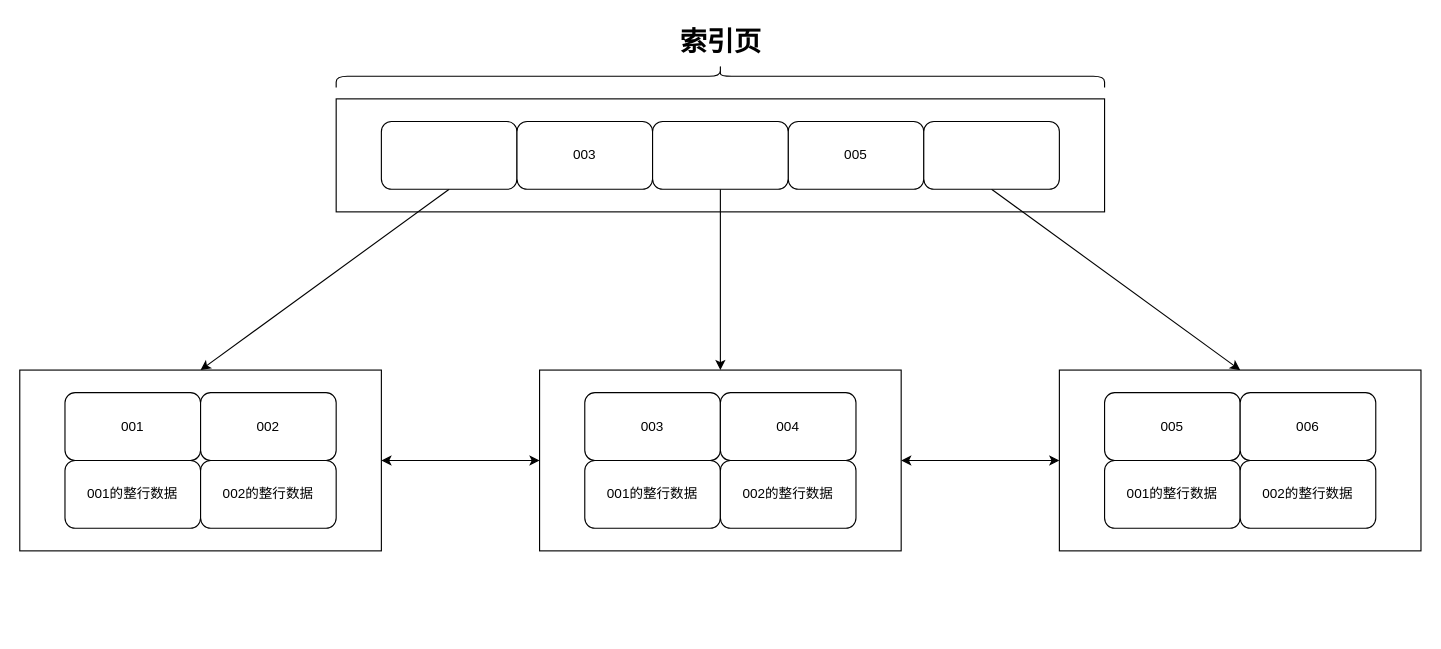
The draw.io diagram MySQL/MySQL联合索引数据结构.drawio in codeyunze/drawio, before the edit. Source tidied: cells renumbered, new cells numbered last; positions are measured from the earlier drawing's top-left corner, leaving out a move shared by most shapes. Both pictures are drawn from the tidied source at 113%, with x=0, y=0 at pixel (19, 19).
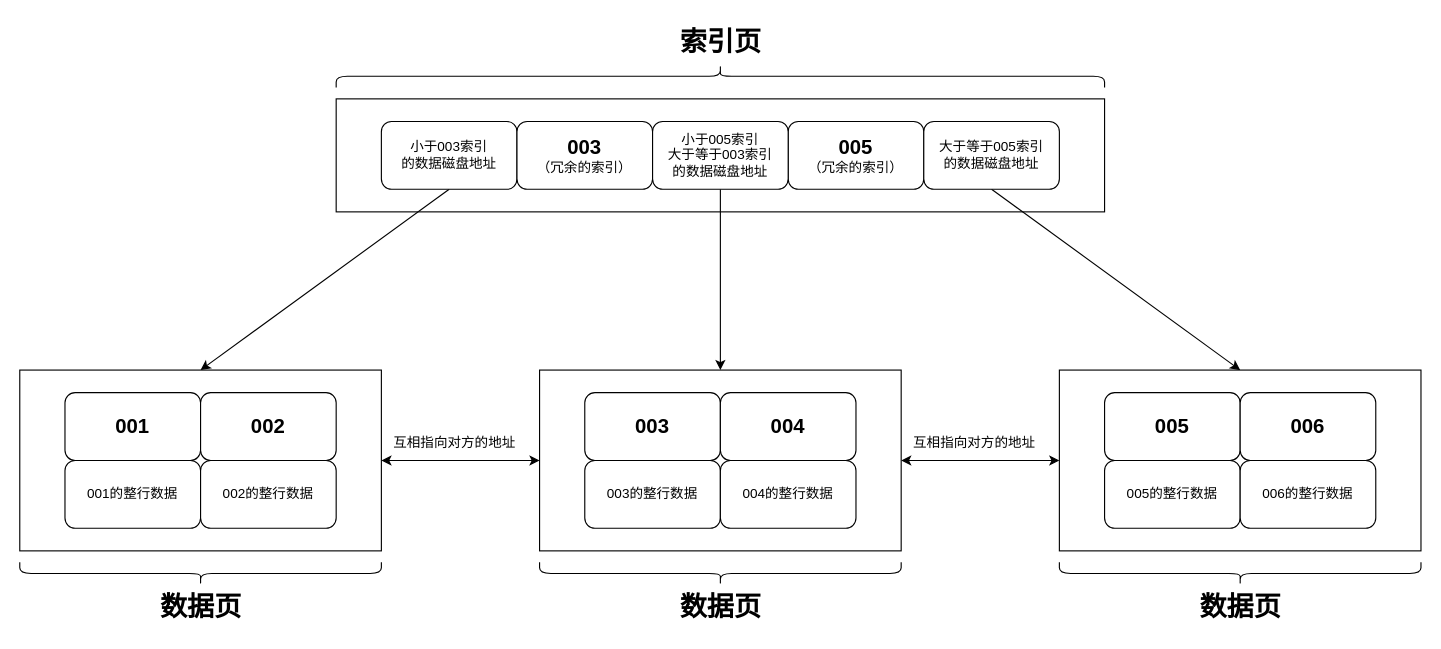
The same page after the edit.

Commit message (it also covers changes not shown here):
更新MySQL联合索引数据结构.drawio

The edit, as a diff of the source:
```diff
@@
-    <mxCell id="4" style="rounded=1;whiteSpace=wrap;html=1;" parent="1" vertex="1">
+    <mxCell id="4" value="小于003索引&lt;div&gt;的数据&lt;span style=&quot;background-color: transparent; color: light-dark(rgb(0, 0, 0), rgb(255, 255, 255));&quot;&gt;磁盘地址&lt;/span&gt;&lt;/div&gt;" style="rounded=1;whiteSpace=wrap;html=1;" parent="1" vertex="1">
       <mxGeometry x="320" y="90" width="120" height="60" as="geometry" />
     </mxCell>
-    <mxCell id="5" value="003" style="rounded=1;whiteSpace=wrap;html=1;" parent="1" vertex="1">
+    <mxCell id="5" value="&lt;b&gt;&lt;font style=&quot;font-size: 18px;&quot;&gt;003&lt;/font&gt;&lt;/b&gt;&lt;div&gt;（冗余的索引）&lt;/div&gt;" style="rounded=1;whiteSpace=wrap;html=1;" parent="1" vertex="1">
       <mxGeometry x="440" y="90" width="120" height="60" as="geometry" />
     </mxCell>
-    <mxCell id="6" value="005" style="rounded=1;whiteSpace=wrap;html=1;" parent="1" vertex="1">
+    <mxCell id="6" value="&lt;b&gt;&lt;font style=&quot;font-size: 18px;&quot;&gt;005&lt;/font&gt;&lt;/b&gt;&lt;div&gt;（&lt;span style=&quot;background-color: transparent; color: light-dark(rgb(0, 0, 0), rgb(255, 255, 255));&quot;&gt;冗余的索引&lt;/span&gt;&lt;span style=&quot;background-color: transparent; color: light-dark(rgb(0, 0, 0), rgb(255, 255, 255));&quot;&gt;）&lt;/span&gt;&lt;/div&gt;" style="rounded=1;whiteSpace=wrap;html=1;" parent="1" vertex="1">
       <mxGeometry x="680" y="90" width="120" height="60" as="geometry" />
     </mxCell>
@@
-    <mxCell id="8" style="rounded=1;whiteSpace=wrap;html=1;" parent="1" vertex="1">
+    <mxCell id="8" value="大于等于005索引&lt;div&gt;的数据磁盘地址&lt;/div&gt;" style="rounded=1;whiteSpace=wrap;html=1;" parent="1" vertex="1">
       <mxGeometry x="800" y="90" width="120" height="60" as="geometry" />
     </mxCell>
@@
-    <mxCell id="10" style="rounded=1;whiteSpace=wrap;html=1;" parent="1" vertex="1">
+    <mxCell id="10" value="&lt;div&gt;小于005&lt;span style=&quot;background-color: transparent; color: light-dark(rgb(0, 0, 0), rgb(255, 255, 255));&quot;&gt;索引&lt;/span&gt;&lt;/div&gt;&lt;div&gt;大于等于003索引&lt;/div&gt;&lt;div&gt;&lt;span style=&quot;background-color: transparent; color: light-dark(rgb(0, 0, 0), rgb(255, 255, 255));&quot;&gt;的&lt;/span&gt;数据&lt;span style=&quot;background-color: transparent; color: light-dark(rgb(0, 0, 0), rgb(255, 255, 255));&quot;&gt;磁盘地址&lt;/span&gt;&lt;/div&gt;" style="rounded=1;whiteSpace=wrap;html=1;" parent="1" vertex="1">
       <mxGeometry x="560" y="90" width="120" height="60" as="geometry" />
     </mxCell>
@@
-    <mxCell id="14" value="001" style="rounded=1;whiteSpace=wrap;html=1;" parent="1" vertex="1">
+    <mxCell id="14" value="001" style="rounded=1;whiteSpace=wrap;html=1;fontStyle=1;fontSize=18;" parent="1" vertex="1">
       <mxGeometry x="40" y="330" width="120" height="60" as="geometry" />
     </mxCell>
-    <mxCell id="15" value="002" style="rounded=1;whiteSpace=wrap;html=1;" parent="1" vertex="1">
+    <mxCell id="15" value="002" style="rounded=1;whiteSpace=wrap;html=1;fontStyle=1;fontSize=18;" parent="1" vertex="1">
       <mxGeometry x="160" y="330" width="120" height="60" as="geometry" />
     </mxCell>
@@
-    <mxCell id="19" value="005" style="rounded=1;whiteSpace=wrap;html=1;" parent="1" vertex="1">
+    <mxCell id="19" value="005" style="rounded=1;whiteSpace=wrap;html=1;fontStyle=1;fontSize=18;" parent="1" vertex="1">
       <mxGeometry x="960" y="330" width="120" height="60" as="geometry" />
     </mxCell>
-    <mxCell id="20" value="006" style="rounded=1;whiteSpace=wrap;html=1;" parent="1" vertex="1">
+    <mxCell id="20" value="006" style="rounded=1;whiteSpace=wrap;html=1;fontStyle=1;fontSize=18;" parent="1" vertex="1">
       <mxGeometry x="1080" y="330" width="120" height="60" as="geometry" />
     </mxCell>
-    <mxCell id="21" value="001的整行数据" style="rounded=1;whiteSpace=wrap;html=1;" parent="1" vertex="1">
+    <mxCell id="21" value="005的整行数据" style="rounded=1;whiteSpace=wrap;html=1;" parent="1" vertex="1">
       <mxGeometry x="960" y="390" width="120" height="60" as="geometry" />
     </mxCell>
-    <mxCell id="22" value="002的整行数据" style="rounded=1;whiteSpace=wrap;html=1;" parent="1" vertex="1">
+    <mxCell id="22" value="006的整行数据" style="rounded=1;whiteSpace=wrap;html=1;" parent="1" vertex="1">
       <mxGeometry x="1080" y="390" width="120" height="60" as="geometry" />
     </mxCell>
@@
-    <mxCell id="24" value="003" style="rounded=1;whiteSpace=wrap;html=1;" parent="1" vertex="1">
+    <mxCell id="24" value="003" style="rounded=1;whiteSpace=wrap;html=1;fontStyle=1;fontSize=18;" parent="1" vertex="1">
       <mxGeometry x="500" y="330" width="120" height="60" as="geometry" />
     </mxCell>
-    <mxCell id="25" value="004" style="rounded=1;whiteSpace=wrap;html=1;" parent="1" vertex="1">
+    <mxCell id="25" value="004" style="rounded=1;whiteSpace=wrap;html=1;fontStyle=1;fontSize=18;" parent="1" vertex="1">
       <mxGeometry x="620" y="330" width="120" height="60" as="geometry" />
     </mxCell>
-    <mxCell id="26" value="001的整行数据" style="rounded=1;whiteSpace=wrap;html=1;" parent="1" vertex="1">
+    <mxCell id="26" value="003的整行数据" style="rounded=1;whiteSpace=wrap;html=1;" parent="1" vertex="1">
       <mxGeometry x="500" y="390" width="120" height="60" as="geometry" />
     </mxCell>
-    <mxCell id="27" value="002的整行数据" style="rounded=1;whiteSpace=wrap;html=1;" parent="1" vertex="1">
+    <mxCell id="27" value="004的整行数据" style="rounded=1;whiteSpace=wrap;html=1;" parent="1" vertex="1">
       <mxGeometry x="620" y="390" width="120" height="60" as="geometry" />
     </mxCell>
@@
+    <mxCell id="30" style="shape=curlyBracket;whiteSpace=wrap;html=1;rounded=1;flipH=1;labelPosition=right;verticalLabelPosition=middle;align=left;verticalAlign=middle;direction=north;" parent="1" vertex="1">
+      <mxGeometry y="480" width="320" height="20" as="geometry" />
+    </mxCell>
+    <mxCell id="31" value="数据页" style="text;strokeColor=none;fillColor=none;html=1;fontSize=24;fontStyle=1;verticalAlign=middle;align=center;" parent="1" vertex="1">
+      <mxGeometry x="110" y="500" width="100" height="40" as="geometry" />
+    </mxCell>
+    <mxCell id="32" style="shape=curlyBracket;whiteSpace=wrap;html=1;rounded=1;flipH=1;labelPosition=right;verticalLabelPosition=middle;align=left;verticalAlign=middle;direction=north;" parent="1" vertex="1">
+      <mxGeometry x="460" y="480" width="320" height="20" as="geometry" />
+    </mxCell>
+    <mxCell id="33" value="数据页" style="text;strokeColor=none;fillColor=none;html=1;fontSize=24;fontStyle=1;verticalAlign=middle;align=center;" parent="1" vertex="1">
+      <mxGeometry x="570" y="500" width="100" height="40" as="geometry" />
+    </mxCell>
+    <mxCell id="34" style="shape=curlyBracket;whiteSpace=wrap;html=1;rounded=1;flipH=1;labelPosition=right;verticalLabelPosition=middle;align=left;verticalAlign=middle;direction=north;" parent="1" vertex="1">
+      <mxGeometry x="920" y="480" width="320" height="20" as="geometry" />
+    </mxCell>
+    <mxCell id="35" value="数据页" style="text;strokeColor=none;fillColor=none;html=1;fontSize=24;fontStyle=1;verticalAlign=middle;align=center;" parent="1" vertex="1">
+      <mxGeometry x="1030" y="500" width="100" height="40" as="geometry" />
+    </mxCell>
+    <mxCell id="36" value="互相指向对方的地址" style="text;html=1;align=center;verticalAlign=middle;whiteSpace=wrap;rounded=0;" parent="1" vertex="1">
+      <mxGeometry x="330" y="360" width="110" height="30" as="geometry" />
+    </mxCell>
+    <mxCell id="37" value="互相指向对方的地址" style="text;html=1;align=center;verticalAlign=middle;whiteSpace=wrap;rounded=0;" parent="1" vertex="1">
+      <mxGeometry x="790" y="360" width="110" height="30" as="geometry" />
+    </mxCell>
```
